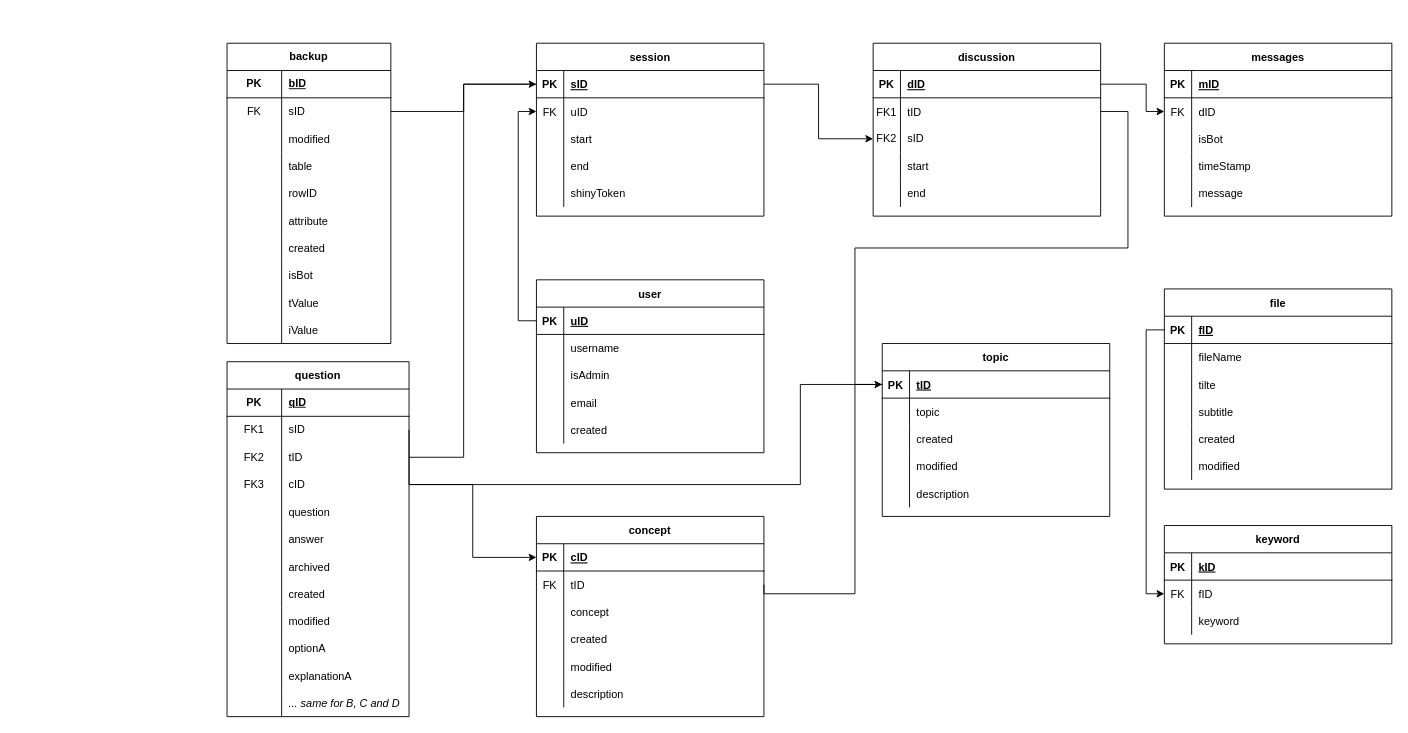
Above: ACCORNS/appDB/schema.drawio in pieterjanvc/HOLLOW-TREE (draw.io), before the change. Source tidied: cells renumbered, new cells numbered last; positions are measured from the earlier drawing's top-left corner, leaving out a move shared by most shapes. Both pictures are drawn from the tidied source at 91%, with x=0, y=0 at pixel (227, 43).
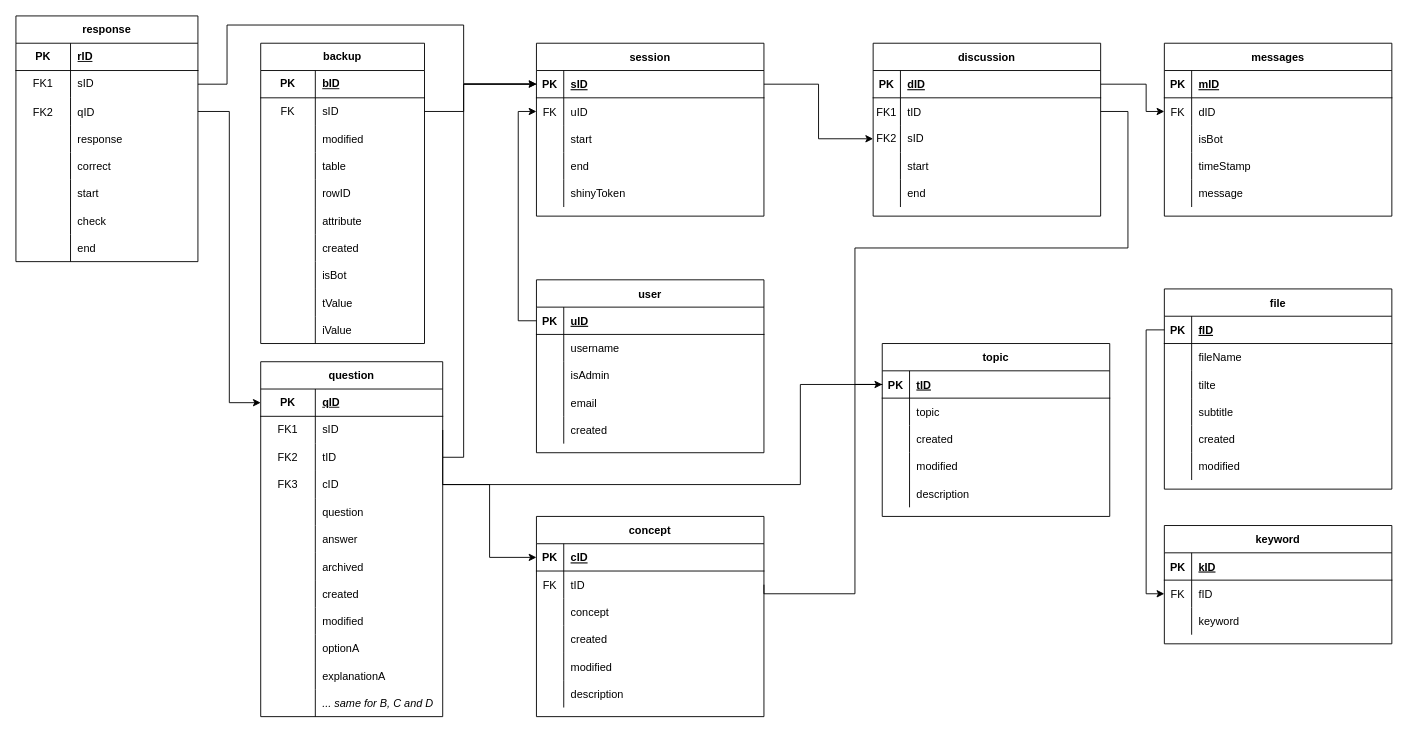
The same page after the edit.

Unchanged cells that the change refers to:
```xml
<mxCell id="19" style="shape=partialRectangle;fillColor=none;points=[[0,0.5],[1,0.5]];portConstraint=eastwest;top=0;left=0;right=0;bottom=1;" parent="18" vertex="1">
  <mxGeometry y="30" width="250" height="30" as="geometry" />
</mxCell>
<mxCell id="136" style="shape=tableRow;horizontal=0;startSize=0;swimlaneHead=0;swimlaneBody=0;fillColor=none;points=[[0,0.5],[1,0.5]];portConstraint=eastwest;top=0;left=0;right=0;bottom=1;html=1;" parent="135" vertex="1">
  <mxGeometry y="30" width="200" height="30" as="geometry" />
</mxCell>
<mxCell id="176" style="shape=tableRow;horizontal=0;startSize=0;swimlaneHead=0;swimlaneBody=0;fillColor=none;points=[[0,0.5],[1,0.5]];portConstraint=eastwest;top=0;left=0;right=0;bottom=0;" parent="172" vertex="1">
  <mxGeometry y="60" width="180" height="30" as="geometry" />
</mxCell>
```

Diff of the diagram source:
```diff
@@
     <mxCell id="135" value="question" style="shape=table;startSize=30;childLayout=tableLayout;rowLines=0;fontStyle=1;align=center;html=1;whiteSpace=wrap;" parent="1" vertex="1">
-      <mxGeometry y="350" width="200" height="390" as="geometry" />
+      <mxGeometry x="37" y="350" width="200" height="390" as="geometry" />
     </mxCell>
@@
     <mxCell id="172" value="backup" style="shape=table;startSize=30;childLayout=tableLayout;rowLines=0;fontStyle=1;align=center;html=1;whiteSpace=wrap;" parent="1" vertex="1">
-      <mxGeometry width="180" height="330" as="geometry" />
+      <mxGeometry x="37" width="180" height="330" as="geometry" />
     </mxCell>
@@
     <mxCell id="203" style="edgeStyle=orthogonalEdgeStyle;rounded=0;jettySize=auto;html=1;exitX=1;exitY=0.5;exitDx=0;exitDy=0;entryX=0;entryY=0.5;entryDx=0;entryDy=0;endArrow=classic;endFill=1;" parent="1" edge="1" source="176" target="19">
-      <mxGeometry relative="1" as="geometry" />
+      <mxGeometry relative="1" as="geometry">
+        <Array as="points">
+          <mxPoint x="260" y="75" />
+          <mxPoint x="260" y="45" />
+        </Array>
+      </mxGeometry>
     </mxCell>
@@
+    <mxCell id="208" value="response" style="shape=table;startSize=30;childLayout=tableLayout;rowLines=0;fontStyle=1;align=center;html=1;whiteSpace=wrap;" parent="1" vertex="1">
+      <mxGeometry x="-232" y="-30" width="200" height="270" as="geometry" />
+    </mxCell>
+    <mxCell id="209" style="shape=tableRow;horizontal=0;startSize=0;swimlaneHead=0;swimlaneBody=0;fillColor=none;top=0;left=0;right=0;bottom=1;html=1;" parent="208" vertex="1">
+      <mxGeometry y="30" width="200" height="30" as="geometry" />
+    </mxCell>
+    <mxCell id="210" value="PK" style="shape=partialRectangle;fillColor=none;top=0;left=0;bottom=0;right=0;fontStyle=1;overflow=hidden;html=1;whiteSpace=wrap;" parent="209" vertex="1">
+      <mxGeometry width="60" height="30" as="geometry" />
+    </mxCell>
+    <mxCell id="211" value="rID" style="shape=partialRectangle;fillColor=none;top=0;left=0;bottom=0;right=0;align=left;spacingLeft=6;fontStyle=5;overflow=hidden;html=1;whiteSpace=wrap;" parent="209" vertex="1">
+      <mxGeometry x="60" width="140" height="30" as="geometry" />
+    </mxCell>
+    <mxCell id="212" style="shape=tableRow;horizontal=0;startSize=0;swimlaneHead=0;swimlaneBody=0;fillColor=none;points=[[0,0.5],[1,0.5]];portConstraint=eastwest;top=0;left=0;right=0;bottom=0;" parent="208" vertex="1">
+      <mxGeometry y="60" width="200" height="30" as="geometry" />
+    </mxCell>
+    <mxCell id="213" value="FK1" style="shape=partialRectangle;fillColor=none;top=0;left=0;bottom=0;right=0;fontStyle=0;overflow=hidden;whiteSpace=wrap;html=1;" parent="212" vertex="1">
+      <mxGeometry width="60" height="30" as="geometry" />
+    </mxCell>
+    <mxCell id="214" value="sID" style="shape=partialRectangle;fillColor=none;top=0;left=0;bottom=0;right=0;align=left;spacingLeft=6;fontStyle=0;overflow=hidden;whiteSpace=wrap;html=1;" parent="212" vertex="1">
+      <mxGeometry x="60" width="140" height="30" as="geometry" />
+    </mxCell>
+    <mxCell id="215" style="shape=partialRectangle;fillColor=none;points=[[0,0.5],[1,0.5]];portConstraint=eastwest;top=0;left=0;right=0;bottom=0;" parent="208" vertex="1">
+      <mxGeometry y="90" width="200" height="30" as="geometry" />
+    </mxCell>
+    <mxCell id="216" value="FK2" style="shape=partialRectangle;overflow=hidden;fillColor=none;top=0;left=0;bottom=0;right=0;" parent="215" vertex="1">
+      <mxGeometry width="60" height="30" as="geometry" />
+    </mxCell>
+    <mxCell id="217" value="qID" style="shape=partialRectangle;overflow=hidden;fillColor=none;top=0;left=0;bottom=0;right=0;align=left;spacingLeft=6;" parent="215" vertex="1">
+      <mxGeometry x="60" width="140" height="30" as="geometry" />
+    </mxCell>
+    <mxCell id="218" style="shape=tableRow;horizontal=0;startSize=0;swimlaneHead=0;swimlaneBody=0;fillColor=none;top=0;left=0;right=0;bottom=0;" parent="208" vertex="1">
+      <mxGeometry y="120" width="200" height="30" as="geometry" />
+    </mxCell>
+    <mxCell id="219" style="shape=partialRectangle;fillColor=none;top=0;left=0;bottom=0;right=0;overflow=hidden;" parent="218" vertex="1">
+      <mxGeometry width="60" height="30" as="geometry" />
+    </mxCell>
+    <mxCell id="220" value="response" style="shape=partialRectangle;fillColor=none;top=0;left=0;bottom=0;right=0;align=left;spacingLeft=6;overflow=hidden;" parent="218" vertex="1">
+      <mxGeometry x="60" width="140" height="30" as="geometry" />
+    </mxCell>
+    <mxCell id="221" style="shape=tableRow;horizontal=0;startSize=0;swimlaneHead=0;swimlaneBody=0;fillColor=none;top=0;left=0;right=0;bottom=0;" parent="208" vertex="1">
+      <mxGeometry y="150" width="200" height="30" as="geometry" />
+    </mxCell>
+    <mxCell id="222" style="shape=partialRectangle;fillColor=none;top=0;left=0;bottom=0;right=0;overflow=hidden;" parent="221" vertex="1">
+      <mxGeometry width="60" height="30" as="geometry" />
+    </mxCell>
+    <mxCell id="223" value="correct" style="shape=partialRectangle;fillColor=none;top=0;left=0;bottom=0;right=0;align=left;spacingLeft=6;overflow=hidden;" parent="221" vertex="1">
+      <mxGeometry x="60" width="140" height="30" as="geometry" />
+    </mxCell>
+    <mxCell id="224" style="shape=tableRow;horizontal=0;startSize=0;swimlaneHead=0;swimlaneBody=0;fillColor=none;top=0;left=0;right=0;bottom=0;" parent="208" vertex="1">
+      <mxGeometry y="180" width="200" height="30" as="geometry" />
+    </mxCell>
+    <mxCell id="225" style="shape=partialRectangle;fillColor=none;top=0;left=0;bottom=0;right=0;overflow=hidden;" parent="224" vertex="1">
+      <mxGeometry width="60" height="30" as="geometry" />
+    </mxCell>
+    <mxCell id="226" value="start" style="shape=partialRectangle;fillColor=none;top=0;left=0;bottom=0;right=0;align=left;spacingLeft=6;overflow=hidden;" parent="224" vertex="1">
+      <mxGeometry x="60" width="140" height="30" as="geometry" />
+    </mxCell>
+    <mxCell id="227" style="shape=tableRow;horizontal=0;startSize=0;swimlaneHead=0;swimlaneBody=0;fillColor=none;top=0;left=0;right=0;bottom=0;" parent="208" vertex="1">
+      <mxGeometry y="210" width="200" height="30" as="geometry" />
+    </mxCell>
+    <mxCell id="228" style="shape=partialRectangle;fillColor=none;top=0;left=0;bottom=0;right=0;overflow=hidden;" parent="227" vertex="1">
+      <mxGeometry width="60" height="30" as="geometry" />
+    </mxCell>
+    <mxCell id="229" value="check" style="shape=partialRectangle;fillColor=none;top=0;left=0;bottom=0;right=0;align=left;spacingLeft=6;overflow=hidden;" parent="227" vertex="1">
+      <mxGeometry x="60" width="140" height="30" as="geometry" />
+    </mxCell>
+    <mxCell id="230" style="shape=tableRow;horizontal=0;startSize=0;swimlaneHead=0;swimlaneBody=0;fillColor=none;top=0;left=0;right=0;bottom=0;" parent="208" vertex="1">
+      <mxGeometry y="240" width="200" height="30" as="geometry" />
+    </mxCell>
+    <mxCell id="231" style="shape=partialRectangle;fillColor=none;top=0;left=0;bottom=0;right=0;overflow=hidden;" parent="230" vertex="1">
+      <mxGeometry width="60" height="30" as="geometry" />
+    </mxCell>
+    <mxCell id="232" value="end" style="shape=partialRectangle;fillColor=none;top=0;left=0;bottom=0;right=0;align=left;spacingLeft=6;overflow=hidden;" parent="230" vertex="1">
+      <mxGeometry x="60" width="140" height="30" as="geometry" />
+    </mxCell>
+    <mxCell id="233" style="edgeStyle=orthogonalEdgeStyle;rounded=0;jettySize=auto;html=1;exitX=1;exitY=0.5;exitDx=0;exitDy=0;" parent="1" edge="1" source="212">
+      <mxGeometry relative="1" as="geometry">
+        <mxPoint x="340" y="44.7" as="targetPoint" />
+        <Array as="points">
+          <mxPoint y="45" />
+          <mxPoint y="-20" />
+          <mxPoint x="260" y="-20" />
+          <mxPoint x="260" y="45" />
+        </Array>
+      </mxGeometry>
+    </mxCell>
+    <mxCell id="234" style="edgeStyle=orthogonalEdgeStyle;rounded=0;jettySize=auto;html=1;exitX=1;exitY=0.5;exitDx=0;exitDy=0;entryX=0;entryY=0.5;entryDx=0;entryDy=0;" parent="1" edge="1" source="215" target="136">
+      <mxGeometry relative="1" as="geometry" />
+    </mxCell>
```
